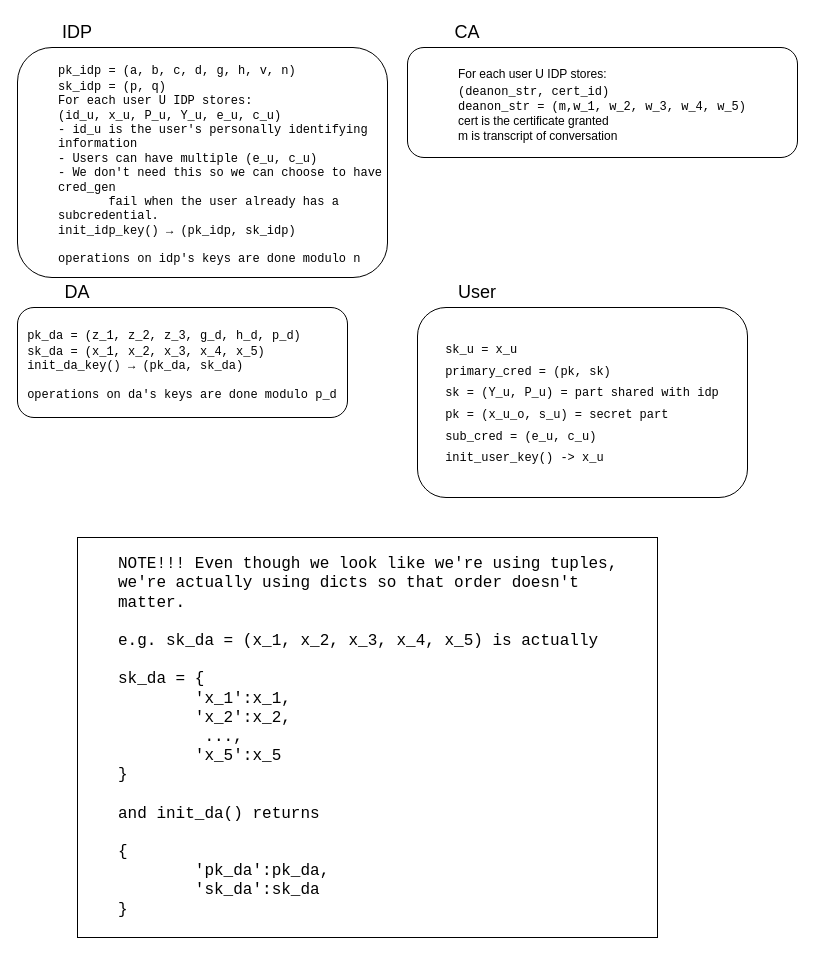
Above: page "Public/Private Keys" (3 of 8) of doc/Protocols.drawio in JacobGorman613/cl-api (draw.io), before the change. Source tidied: cells renumbered, new cells numbered last; positions are measured from the earlier drawing's top-left corner, leaving out a move shared by most shapes. Both pictures are drawn from the tidied source at 100%, with x=0, y=0 at pixel (17, 17).
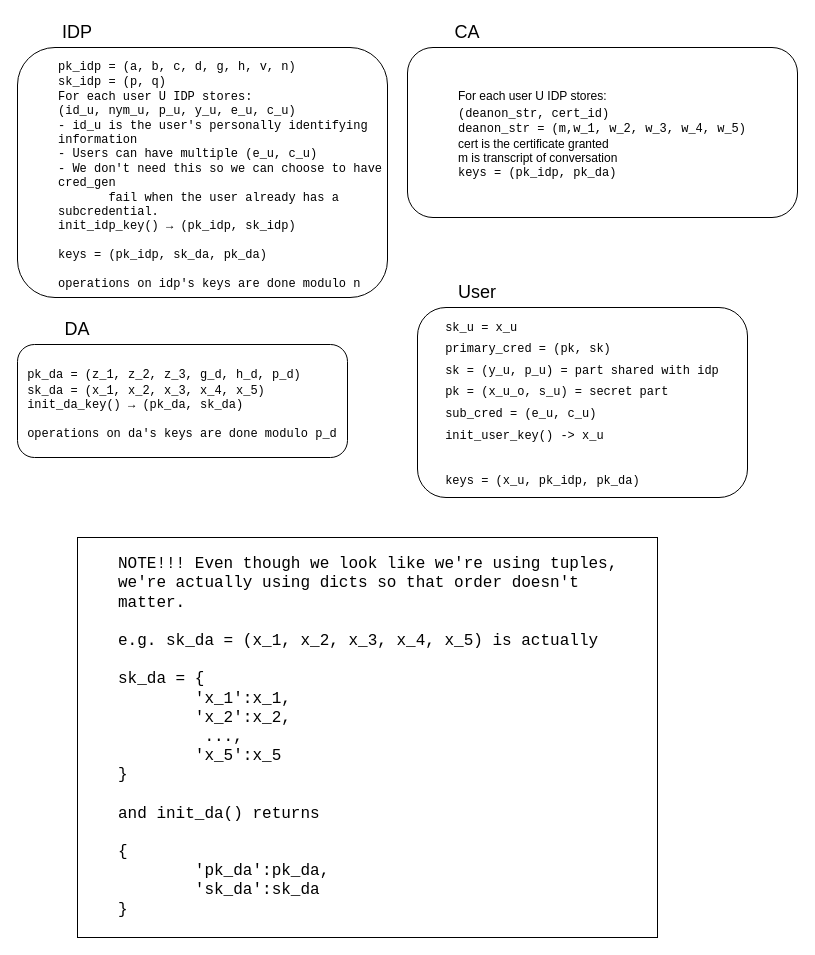
The same diagram, later.

Commit message (it also covers changes not shown here):
better documented and fixed multi-user interfacing from ca and idp

Diff of the diagram source:
```diff
@@
 <mxGraphModel>
   <root>
     <mxCell id="0" />
     <mxCell id="1" parent="0" />
     <mxCell id="2" value="&lt;font style=&quot;font-size: 18px;&quot;&gt;IDP&lt;/font&gt;" style="text;html=1;strokeColor=none;fillColor=none;align=center;verticalAlign=middle;whiteSpace=wrap;rounded=0;" parent="1" vertex="1">
       <mxGeometry x="30" width="60" height="30" as="geometry" />
     </mxCell>
-    <mxCell id="3" value="&lt;blockquote style=&quot;margin: 0 0 0 40px; border: none; padding: 0px;&quot;&gt;&lt;div style=&quot;text-align: left;&quot;&gt;&lt;font face=&quot;Courier New&quot; style=&quot;font-size: 12px;&quot;&gt;&lt;span style=&quot;background-color: initial;&quot;&gt;pk_idp = (a, b, c, d, g, h, v, n)&lt;/span&gt;&lt;/font&gt;&lt;/div&gt;&lt;font face=&quot;Courier New&quot; style=&quot;font-size: 12px;&quot;&gt;&lt;div style=&quot;text-align: left;&quot;&gt;&lt;span style=&quot;background-color: initial;&quot;&gt;sk_idp = (p, q)&lt;/span&gt;&lt;/div&gt;&lt;/font&gt;&lt;font face=&quot;Courier New&quot; style=&quot;font-size: 12px;&quot;&gt;&lt;div style=&quot;text-align: left;&quot;&gt;&lt;span style=&quot;background-color: initial;&quot;&gt;For each user U IDP stores:&lt;/span&gt;&lt;/div&gt;&lt;/font&gt;&lt;font face=&quot;Courier New&quot; style=&quot;font-size: 12px;&quot;&gt;&lt;div style=&quot;text-align: left;&quot;&gt;&lt;span style=&quot;background-color: initial;&quot;&gt;(id_u, x_u, P_u, Y_u, e_u, c_u)&lt;/span&gt;&lt;/div&gt;&lt;/font&gt;&lt;font face=&quot;Courier New&quot; style=&quot;font-size: 12px;&quot;&gt;&lt;div style=&quot;text-align: left;&quot;&gt;&lt;span style=&quot;background-color: initial;&quot;&gt;- id_u&amp;nbsp;is the user's personally identifying information&lt;/span&gt;&lt;/div&gt;&lt;/font&gt;&lt;font face=&quot;Courier New&quot; style=&quot;font-size: 12px;&quot;&gt;&lt;div style=&quot;text-align: left;&quot;&gt;- Users can have multiple (e_u, c_u)&lt;/div&gt;&lt;/font&gt;&lt;font face=&quot;Courier New&quot; style=&quot;font-size: 12px;&quot;&gt;&lt;div style=&quot;text-align: left;&quot;&gt;- We don't need this so we can choose to have cred_gen&lt;/div&gt;&lt;/font&gt;&lt;font face=&quot;Courier New&quot; style=&quot;font-size: 12px;&quot;&gt;&lt;div style=&quot;text-align: left;&quot;&gt;&amp;nbsp; &amp;nbsp; &amp;nbsp; &amp;nbsp;fail when the user already has a subcredential.&lt;/div&gt;&lt;/font&gt;&lt;font face=&quot;Courier New&quot; style=&quot;font-size: 12px;&quot;&gt;&lt;div style=&quot;text-align: left;&quot;&gt;init_idp_key()&amp;nbsp;→&amp;nbsp;(pk_idp, sk_idp)&lt;/div&gt;&lt;/font&gt;&lt;font face=&quot;Courier New&quot; style=&quot;font-size: 12px;&quot;&gt;&lt;div style=&quot;text-align: left;&quot;&gt;&lt;br&gt;&lt;/div&gt;&lt;/font&gt;&lt;font face=&quot;Courier New&quot; style=&quot;font-size: 12px;&quot;&gt;&lt;div style=&quot;text-align: left;&quot;&gt;operations on idp's keys are done modulo n&lt;/div&gt;&lt;/font&gt;&lt;/blockquote&gt;" style="rounded=1;whiteSpace=wrap;html=1;fontSize=18;" parent="1" vertex="1">
-      <mxGeometry y="30" width="370" height="230" as="geometry" />
+    <mxCell id="3" value="&lt;blockquote style=&quot;margin: 0 0 0 40px; border: none; padding: 0px;&quot;&gt;&lt;div style=&quot;text-align: left;&quot;&gt;&lt;font face=&quot;Courier New&quot; style=&quot;font-size: 12px;&quot;&gt;&lt;span style=&quot;background-color: initial;&quot;&gt;pk_idp = (a, b, c, d, g, h, v, n)&lt;/span&gt;&lt;/font&gt;&lt;/div&gt;&lt;font face=&quot;Courier New&quot; style=&quot;font-size: 12px;&quot;&gt;&lt;div style=&quot;text-align: left;&quot;&gt;&lt;span style=&quot;background-color: initial;&quot;&gt;sk_idp = (p, q)&lt;/span&gt;&lt;/div&gt;&lt;/font&gt;&lt;font face=&quot;Courier New&quot; style=&quot;font-size: 12px;&quot;&gt;&lt;div style=&quot;text-align: left;&quot;&gt;&lt;span style=&quot;background-color: initial;&quot;&gt;For each user U IDP stores:&lt;/span&gt;&lt;/div&gt;&lt;/font&gt;&lt;font face=&quot;Courier New&quot; style=&quot;font-size: 12px;&quot;&gt;&lt;div style=&quot;text-align: left;&quot;&gt;&lt;span style=&quot;background-color: initial;&quot;&gt;(id_u, nym_u, p_u, y_u, e_u, c_u)&lt;/span&gt;&lt;/div&gt;&lt;/font&gt;&lt;font face=&quot;Courier New&quot; style=&quot;font-size: 12px;&quot;&gt;&lt;div style=&quot;text-align: left;&quot;&gt;&lt;span style=&quot;background-color: initial;&quot;&gt;- id_u&amp;nbsp;is the user's personally identifying information&lt;/span&gt;&lt;/div&gt;&lt;/font&gt;&lt;font face=&quot;Courier New&quot; style=&quot;font-size: 12px;&quot;&gt;&lt;div style=&quot;text-align: left;&quot;&gt;- Users can have multiple (e_u, c_u)&lt;/div&gt;&lt;/font&gt;&lt;font face=&quot;Courier New&quot; style=&quot;font-size: 12px;&quot;&gt;&lt;div style=&quot;text-align: left;&quot;&gt;- We don't need this so we can choose to have cred_gen&lt;/div&gt;&lt;/font&gt;&lt;font face=&quot;Courier New&quot; style=&quot;font-size: 12px;&quot;&gt;&lt;div style=&quot;text-align: left;&quot;&gt;&amp;nbsp; &amp;nbsp; &amp;nbsp; &amp;nbsp;fail when the user already has a subcredential.&lt;/div&gt;&lt;/font&gt;&lt;font face=&quot;Courier New&quot; style=&quot;font-size: 12px;&quot;&gt;&lt;div style=&quot;text-align: left;&quot;&gt;init_idp_key()&amp;nbsp;→&amp;nbsp;(pk_idp, sk_idp)&lt;/div&gt;&lt;/font&gt;&lt;font face=&quot;Courier New&quot; style=&quot;font-size: 12px;&quot;&gt;&lt;div style=&quot;text-align: left;&quot;&gt;&lt;br&gt;&lt;/div&gt;&lt;div style=&quot;text-align: left;&quot;&gt;keys = (pk_idp, sk_da, pk_da)&lt;br&gt;&lt;/div&gt;&lt;div style=&quot;text-align: left;&quot;&gt;&lt;br&gt;&lt;/div&gt;&lt;/font&gt;&lt;font face=&quot;Courier New&quot; style=&quot;font-size: 12px;&quot;&gt;&lt;div style=&quot;text-align: left;&quot;&gt;operations on idp's keys are done modulo n&lt;/div&gt;&lt;/font&gt;&lt;/blockquote&gt;" style="rounded=1;whiteSpace=wrap;html=1;fontSize=18;" parent="1" vertex="1">
+      <mxGeometry y="30" width="370" height="250" as="geometry" />
     </mxCell>
     <mxCell id="4" value="&lt;font style=&quot;font-size: 18px;&quot;&gt;CA&lt;/font&gt;" style="text;html=1;strokeColor=none;fillColor=none;align=center;verticalAlign=middle;whiteSpace=wrap;rounded=0;" parent="1" vertex="1">
       <mxGeometry x="420" width="60" height="30" as="geometry" />
     </mxCell>
-    <mxCell id="5" value="&lt;div style=&quot;text-align: left;&quot;&gt;&lt;span style=&quot;background-color: initial; font-size: 12px;&quot;&gt;For each user U IDP stores:&lt;/span&gt;&lt;br&gt;&lt;/div&gt;&lt;font style=&quot;font-size: 12px;&quot;&gt;&lt;div style=&quot;text-align: left;&quot;&gt;&lt;span style=&quot;background-color: initial;&quot;&gt;&lt;font face=&quot;Courier New&quot;&gt;(deanon_str,&amp;nbsp;cert_id)&lt;/font&gt;&lt;/span&gt;&lt;/div&gt;&lt;div style=&quot;text-align: left;&quot;&gt;&lt;span style=&quot;background-color: initial;&quot;&gt;&lt;font face=&quot;Courier New&quot;&gt;deanon_str = (m,w_1, w_2, w_3, w_4, w_5)&lt;/font&gt;&lt;/span&gt;&lt;/div&gt;&lt;div style=&quot;text-align: left;&quot;&gt;cert is the certificate granted&lt;/div&gt;&lt;div style=&quot;text-align: left;&quot;&gt;m is transcript of conversation&lt;/div&gt;&lt;/font&gt;" style="rounded=1;whiteSpace=wrap;html=1;fontSize=18;" parent="1" vertex="1">
-      <mxGeometry x="390" y="30" width="390" height="110" as="geometry" />
+    <mxCell id="5" value="&lt;div style=&quot;text-align: left;&quot;&gt;&lt;span style=&quot;background-color: initial; font-size: 12px;&quot;&gt;For each user U IDP stores:&lt;/span&gt;&lt;br&gt;&lt;/div&gt;&lt;font style=&quot;font-size: 12px;&quot;&gt;&lt;div style=&quot;text-align: left;&quot;&gt;&lt;span style=&quot;background-color: initial;&quot;&gt;&lt;font face=&quot;Courier New&quot;&gt;(deanon_str,&amp;nbsp;cert_id)&lt;/font&gt;&lt;/span&gt;&lt;/div&gt;&lt;div style=&quot;text-align: left;&quot;&gt;&lt;span style=&quot;background-color: initial;&quot;&gt;&lt;font face=&quot;Courier New&quot;&gt;deanon_str = (m,w_1, w_2, w_3, w_4, w_5)&lt;/font&gt;&lt;/span&gt;&lt;/div&gt;&lt;div style=&quot;text-align: left;&quot;&gt;cert is the certificate granted&lt;/div&gt;&lt;div style=&quot;text-align: left;&quot;&gt;m is transcript of conversation&lt;/div&gt;&lt;div style=&quot;text-align: left;&quot;&gt;&lt;font face=&quot;Courier New&quot;&gt;keys = (pk_idp, pk_da)&lt;/font&gt;&lt;/div&gt;&lt;/font&gt;" style="rounded=1;whiteSpace=wrap;html=1;fontSize=18;" parent="1" vertex="1">
+      <mxGeometry x="390" y="30" width="390" height="170" as="geometry" />
     </mxCell>
     <mxCell id="6" value="&lt;font style=&quot;font-size: 18px;&quot;&gt;User&lt;/font&gt;" style="text;html=1;strokeColor=none;fillColor=none;align=center;verticalAlign=middle;whiteSpace=wrap;rounded=0;" parent="1" vertex="1">
       <mxGeometry x="430" y="260" width="60" height="30" as="geometry" />
     </mxCell>
-    <mxCell id="7" value="&lt;div style=&quot;text-align: left;&quot;&gt;&lt;span style=&quot;font-size: 12px;&quot;&gt;&lt;font face=&quot;Courier New&quot;&gt;sk_u = x_u&lt;/font&gt;&lt;/span&gt;&lt;/div&gt;&lt;div style=&quot;text-align: left;&quot;&gt;&lt;span style=&quot;font-size: 12px;&quot;&gt;&lt;font face=&quot;Courier New&quot;&gt;primary_cred = (pk, sk)&lt;/font&gt;&lt;/span&gt;&lt;/div&gt;&lt;div style=&quot;text-align: left;&quot;&gt;&lt;span style=&quot;font-size: 12px;&quot;&gt;&lt;font face=&quot;Courier New&quot;&gt;sk = (Y_u, P_u) = part shared with idp&lt;/font&gt;&lt;/span&gt;&lt;/div&gt;&lt;div style=&quot;text-align: left;&quot;&gt;&lt;span style=&quot;font-size: 12px;&quot;&gt;&lt;font face=&quot;Courier New&quot;&gt;pk = (x_u_o, s_u) = secret part&lt;/font&gt;&lt;/span&gt;&lt;/div&gt;&lt;div style=&quot;text-align: left;&quot;&gt;&lt;span style=&quot;background-color: initial; font-size: 12px;&quot;&gt;&lt;font face=&quot;Courier New&quot;&gt;sub_cred = (e_u, c_u)&lt;/font&gt;&lt;/span&gt;&lt;/div&gt;&lt;div style=&quot;text-align: left;&quot;&gt;&lt;font face=&quot;Courier New&quot;&gt;&lt;span style=&quot;font-size: 12px;&quot;&gt;init_user_key() -&amp;gt;&lt;/span&gt;&lt;span style=&quot;background-color: initial; font-size: 12px;&quot;&gt;&amp;nbsp;x_u&lt;/span&gt;&lt;/font&gt;&lt;/div&gt;" style="rounded=1;whiteSpace=wrap;html=1;fontSize=18;" parent="1" vertex="1">
+    <mxCell id="7" value="&lt;div style=&quot;text-align: left;&quot;&gt;&lt;span style=&quot;font-size: 12px;&quot;&gt;&lt;font face=&quot;Courier New&quot;&gt;sk_u = x_u&lt;/font&gt;&lt;/span&gt;&lt;/div&gt;&lt;div style=&quot;text-align: left;&quot;&gt;&lt;span style=&quot;font-size: 12px;&quot;&gt;&lt;font face=&quot;Courier New&quot;&gt;primary_cred = (pk, sk)&lt;/font&gt;&lt;/span&gt;&lt;/div&gt;&lt;div style=&quot;text-align: left;&quot;&gt;&lt;span style=&quot;font-size: 12px;&quot;&gt;&lt;font face=&quot;Courier New&quot;&gt;sk = (y_u, p_u) = part shared with idp&lt;/font&gt;&lt;/span&gt;&lt;/div&gt;&lt;div style=&quot;text-align: left;&quot;&gt;&lt;span style=&quot;font-size: 12px;&quot;&gt;&lt;font face=&quot;Courier New&quot;&gt;pk = (x_u_o, s_u) = secret part&lt;/font&gt;&lt;/span&gt;&lt;/div&gt;&lt;div style=&quot;text-align: left;&quot;&gt;&lt;span style=&quot;background-color: initial; font-size: 12px;&quot;&gt;&lt;font face=&quot;Courier New&quot;&gt;sub_cred = (e_u, c_u)&lt;/font&gt;&lt;/span&gt;&lt;/div&gt;&lt;div style=&quot;text-align: left;&quot;&gt;&lt;font face=&quot;Courier New&quot;&gt;&lt;span style=&quot;font-size: 12px;&quot;&gt;init_user_key() -&amp;gt;&lt;/span&gt;&lt;span style=&quot;background-color: initial; font-size: 12px;&quot;&gt;&amp;nbsp;x_u&lt;/span&gt;&lt;/font&gt;&lt;/div&gt;&lt;div style=&quot;text-align: left;&quot;&gt;&lt;font face=&quot;Courier New&quot;&gt;&lt;span style=&quot;background-color: initial; font-size: 12px;&quot;&gt;&lt;br&gt;&lt;/span&gt;&lt;/font&gt;&lt;/div&gt;&lt;div style=&quot;text-align: left;&quot;&gt;&lt;span style=&quot;font-family: &amp;quot;Courier New&amp;quot;; font-size: 12px;&quot;&gt;keys = (x_u, pk_idp, pk_da)&lt;/span&gt;&lt;font face=&quot;Courier New&quot;&gt;&lt;span style=&quot;background-color: initial; font-size: 12px;&quot;&gt;&lt;br&gt;&lt;/span&gt;&lt;/font&gt;&lt;/div&gt;" style="rounded=1;whiteSpace=wrap;html=1;fontSize=18;" parent="1" vertex="1">
       <mxGeometry x="400" y="290" width="330" height="190" as="geometry" />
     </mxCell>
     <mxCell id="8" value="&lt;font style=&quot;font-size: 18px;&quot;&gt;DA&lt;/font&gt;" style="text;html=1;strokeColor=none;fillColor=none;align=center;verticalAlign=middle;whiteSpace=wrap;rounded=0;" parent="1" vertex="1">
-      <mxGeometry x="30" y="260" width="60" height="30" as="geometry" />
+      <mxGeometry x="30" y="297" width="60" height="30" as="geometry" />
     </mxCell>
     <mxCell id="9" value="&lt;div style=&quot;text-align: left;&quot;&gt;&lt;font face=&quot;Courier New&quot; style=&quot;font-size: 12px;&quot;&gt;&lt;span style=&quot;background-color: initial;&quot;&gt;pk_da = (z_1, z_2, z_3, g_d, h_d, p_d)&lt;/span&gt;&lt;/font&gt;&lt;/div&gt;&lt;font face=&quot;Courier New&quot; style=&quot;font-size: 12px;&quot;&gt;&lt;div style=&quot;text-align: left;&quot;&gt;&lt;span style=&quot;background-color: initial;&quot;&gt;sk_da = (x_1, x_2, x_3, x_4, x_5)&lt;/span&gt;&lt;/div&gt;&lt;div style=&quot;text-align: left;&quot;&gt;init_da_key()&amp;nbsp;→&amp;nbsp;(pk_da, sk_da)&lt;span style=&quot;background-color: initial;&quot;&gt;&lt;br&gt;&lt;/span&gt;&lt;/div&gt;&lt;div style=&quot;text-align: left;&quot;&gt;&lt;br&gt;&lt;/div&gt;&lt;div style=&quot;text-align: left;&quot;&gt;operations on da's keys are done modulo p_d&lt;/div&gt;&lt;/font&gt;" style="rounded=1;whiteSpace=wrap;html=1;fontSize=18;" parent="1" vertex="1">
-      <mxGeometry y="290" width="330" height="110" as="geometry" />
+      <mxGeometry y="327" width="330" height="113" as="geometry" />
     </mxCell>
     <mxCell id="10" value="&lt;blockquote style=&quot;margin: 0 0 0 40px; border: none; padding: 0px;&quot;&gt;&lt;div style=&quot;text-align: left;&quot;&gt;&lt;span style=&quot;font-size: medium; background-color: initial;&quot;&gt;NOTE!!! Even though we look like we're using tuples, we're actually using dicts so that order doesn't matter.&amp;nbsp;&lt;/span&gt;&lt;/div&gt;&lt;font size=&quot;3&quot;&gt;&lt;div style=&quot;text-align: left;&quot;&gt;&lt;span style=&quot;background-color: initial;&quot;&gt;&lt;br&gt;&lt;/span&gt;&lt;/div&gt;&lt;/font&gt;&lt;font size=&quot;3&quot;&gt;&lt;div style=&quot;text-align: left;&quot;&gt;&lt;span style=&quot;background-color: initial;&quot;&gt;e.g. sk_da = (x_1, x_2, x_3, x_4, x_5) is actually&lt;/span&gt;&lt;/div&gt;&lt;/font&gt;&lt;font size=&quot;3&quot;&gt;&lt;div style=&quot;text-align: left;&quot;&gt;&lt;span style=&quot;background-color: initial;&quot;&gt;&lt;br&gt;&lt;/span&gt;&lt;/div&gt;&lt;/font&gt;&lt;font size=&quot;3&quot;&gt;&lt;div style=&quot;text-align: left;&quot;&gt;&lt;span style=&quot;background-color: initial;&quot;&gt;sk_da = {&lt;/span&gt;&lt;/div&gt;&lt;/font&gt;&lt;font size=&quot;3&quot;&gt;&lt;span style=&quot;white-space: pre;&quot;&gt;&lt;div style=&quot;text-align: left;&quot;&gt;&lt;span style=&quot;background-color: initial;&quot;&gt;&#9;&lt;/span&gt;&lt;span style=&quot;background-color: initial; white-space: normal;&quot;&gt;'x_1':x_1,&lt;/span&gt;&lt;/div&gt;&lt;/span&gt;&lt;/font&gt;&lt;font size=&quot;3&quot;&gt;&lt;span style=&quot;white-space: pre;&quot;&gt;&lt;div style=&quot;text-align: left;&quot;&gt;&lt;span style=&quot;background-color: initial;&quot;&gt;&#9;&lt;/span&gt;&lt;span style=&quot;background-color: initial; white-space: normal;&quot;&gt;'x_2':x_2,&lt;/span&gt;&lt;/div&gt;&lt;/span&gt;&lt;/font&gt;&lt;font size=&quot;3&quot;&gt;&lt;span style=&quot;white-space: pre;&quot;&gt;&lt;div style=&quot;text-align: left;&quot;&gt;&lt;span style=&quot;background-color: initial;&quot;&gt;&#9;&lt;/span&gt;&lt;span style=&quot;background-color: initial; white-space: normal;&quot;&gt;&amp;nbsp;...,&lt;/span&gt;&lt;/div&gt;&lt;/span&gt;&lt;/font&gt;&lt;font size=&quot;3&quot;&gt;&lt;span style=&quot;white-space: pre;&quot;&gt;&lt;div style=&quot;text-align: left;&quot;&gt;&lt;span style=&quot;background-color: initial;&quot;&gt;&#9;&lt;/span&gt;&lt;span style=&quot;background-color: initial; white-space: normal;&quot;&gt;'x_5':x_5&lt;/span&gt;&lt;/div&gt;&lt;/span&gt;&lt;/font&gt;&lt;font size=&quot;3&quot;&gt;&lt;span style=&quot;white-space: pre;&quot;&gt;&lt;div style=&quot;text-align: left;&quot;&gt;&lt;span style=&quot;background-color: initial; white-space: normal;&quot;&gt;}&lt;/span&gt;&lt;/div&gt;&lt;/span&gt;&lt;/font&gt;&lt;font size=&quot;3&quot;&gt;&lt;span style=&quot;white-space: pre;&quot;&gt;&lt;div style=&quot;text-align: left;&quot;&gt;&lt;span style=&quot;background-color: initial; white-space: normal;&quot;&gt;&lt;br&gt;&lt;/span&gt;&lt;/div&gt;&lt;/span&gt;&lt;/font&gt;&lt;font size=&quot;3&quot;&gt;&lt;span style=&quot;white-space: pre;&quot;&gt;&lt;div style=&quot;text-align: left;&quot;&gt;&lt;span style=&quot;background-color: initial; white-space: normal;&quot;&gt;and init_da() returns&lt;/span&gt;&lt;/div&gt;&lt;/span&gt;&lt;/font&gt;&lt;font size=&quot;3&quot;&gt;&lt;span style=&quot;white-space: pre;&quot;&gt;&lt;div style=&quot;text-align: left;&quot;&gt;&lt;span style=&quot;background-color: initial; white-space: normal;&quot;&gt;&lt;br&gt;&lt;/span&gt;&lt;/div&gt;&lt;/span&gt;&lt;/font&gt;&lt;font size=&quot;3&quot;&gt;&lt;span style=&quot;white-space: pre;&quot;&gt;&lt;div style=&quot;text-align: left;&quot;&gt;&lt;span style=&quot;background-color: initial; white-space: normal;&quot;&gt;{&lt;/span&gt;&lt;/div&gt;&lt;/span&gt;&lt;/font&gt;&lt;font size=&quot;3&quot;&gt;&lt;span style=&quot;white-space: pre;&quot;&gt;&lt;div style=&quot;text-align: left;&quot;&gt;&lt;span style=&quot;background-color: initial; white-space: normal;&quot;&gt;&lt;span style=&quot;white-space: pre;&quot;&gt;&#9;&lt;/span&gt;'pk_da':pk_da,&lt;/span&gt;&lt;/div&gt;&lt;/span&gt;&lt;/font&gt;&lt;font size=&quot;3&quot;&gt;&lt;span style=&quot;white-space: pre;&quot;&gt;&lt;div style=&quot;text-align: left;&quot;&gt;&lt;span style=&quot;background-color: initial; white-space: normal;&quot;&gt;&lt;span style=&quot;white-space: pre;&quot;&gt;&#9;&lt;/span&gt;'sk_da':sk_da&lt;/span&gt;&lt;/div&gt;&lt;/span&gt;&lt;/font&gt;&lt;font size=&quot;3&quot;&gt;&lt;span style=&quot;white-space: pre;&quot;&gt;&lt;div style=&quot;text-align: left;&quot;&gt;&lt;span style=&quot;background-color: initial; white-space: normal;&quot;&gt;}&lt;/span&gt;&lt;/div&gt;&lt;/span&gt;&lt;/font&gt;&lt;/blockquote&gt;" style="whiteSpace=wrap;html=1;fontFamily=Courier New;fontSize=14;" parent="1" vertex="1">
       <mxGeometry x="60" y="520" width="580" height="400" as="geometry" />
     </mxCell>
   </root>
 </mxGraphModel>
```
